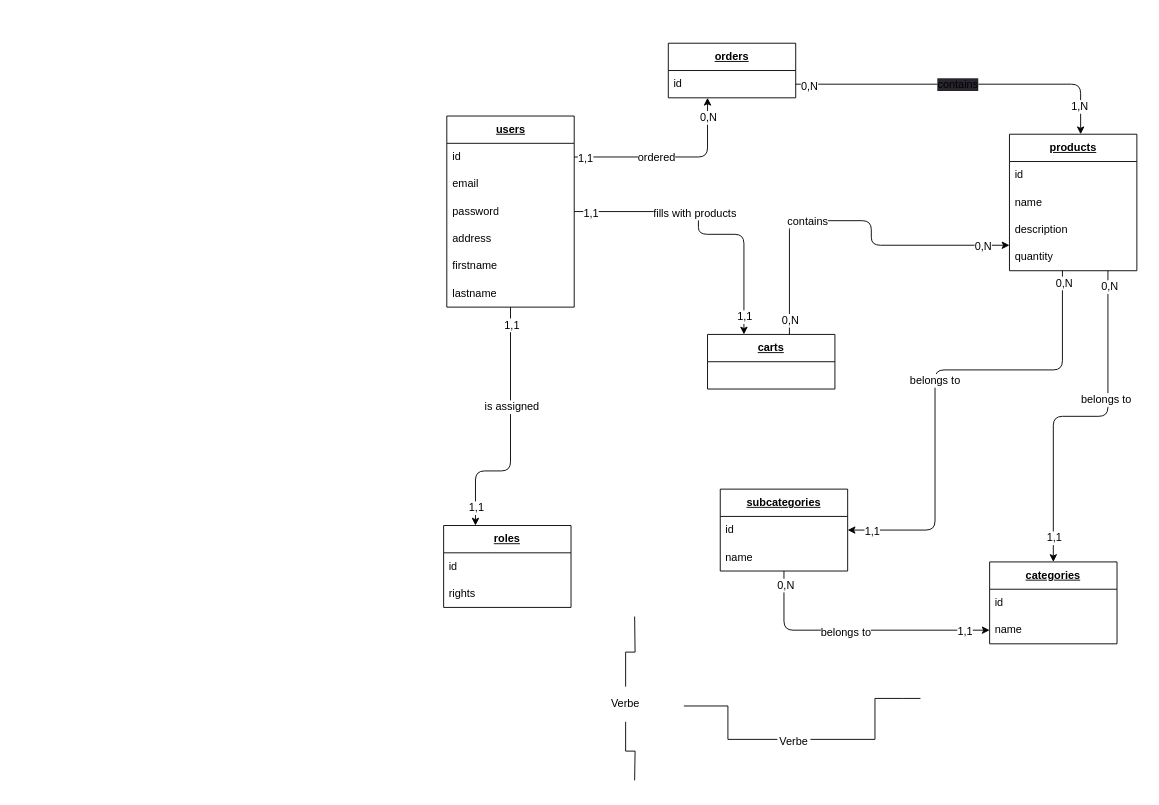
felix-hauger/boutique-en-ligne keeps this draw.io diagram as boutique-en-ligne.drawio. Above is the earlier version. Source tidied: cells renumbered, new cells numbered last; positions are measured from the earlier drawing's top-left corner, leaving out a move shared by most shapes. Both pictures are drawn from the tidied source at 91%, with x=0, y=0 at pixel (443, 43).
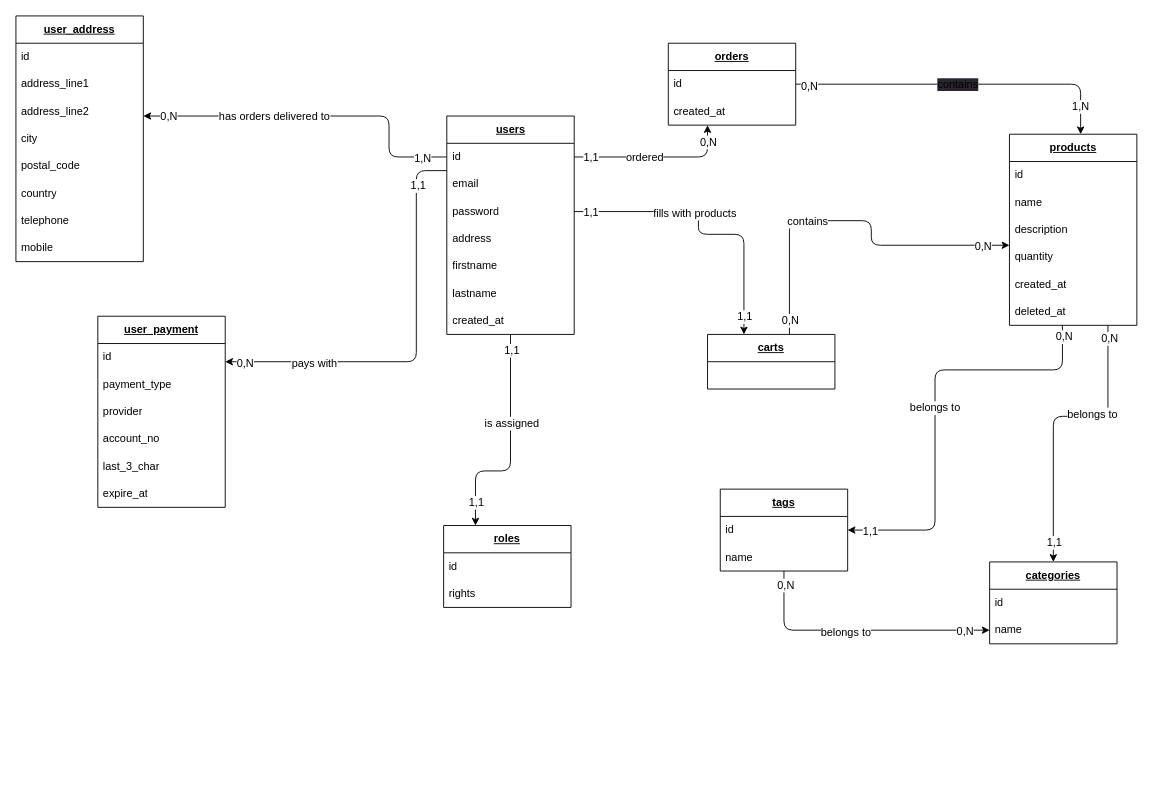
After the change.

Commit message:
added user_payment & user_address to mcd tables + added more fields on other tables

The change refers to these unchanged cells:
```xml
<mxCell id="2" style="edgeStyle=orthogonalEdgeStyle;rounded=1;html=1;strokeColor=default;fontSize=12;" parent="1" edge="1" source="10" target="23">
  <mxGeometry relative="1" as="geometry">
    <Array as="points">
      <mxPoint x="280" y="185" />
      <mxPoint x="280" y="210" />
      <mxPoint x="330" y="210" />
    </Array>
  </mxGeometry>
</mxCell>
<mxCell id="6" style="edgeStyle=orthogonalEdgeStyle;rounded=1;html=1;entryX=0.25;entryY=0;entryDx=0;entryDy=0;strokeColor=default;fontSize=12;" parent="1" edge="1" source="10" target="24">
  <mxGeometry relative="1" as="geometry">
    <Array as="points">
      <mxPoint x="74" y="470" />
      <mxPoint x="35" y="470" />
    </Array>
  </mxGeometry>
</mxCell>
<mxCell id="11" value="id" style="text;strokeColor=none;fillColor=none;align=left;verticalAlign=middle;spacingLeft=4;spacingRight=4;overflow=hidden;points=[[0,0.5],[1,0.5]];portConstraint=eastwest;whiteSpace=wrap;html=1;" parent="10" vertex="1">
  <mxGeometry y="30" width="140" height="30" as="geometry" />
</mxCell>
<mxCell id="34" style="group;" parent="33" vertex="1">
  <mxGeometry x="20.9" width="146.9" height="180" as="geometry" />
</mxCell>
<mxCell id="45" style="group;" parent="44" vertex="1">
  <mxGeometry width="140" height="120" as="geometry" />
</mxCell>
<mxCell id="55" style="edgeStyle=orthogonalEdgeStyle;rounded=1;html=1;strokeColor=default;entryX=0;entryY=0.5;entryDx=0;entryDy=0;" parent="1" edge="1" source="46" target="31">
  <mxGeometry relative="1" as="geometry" />
</mxCell>
<mxCell id="63" style="edgeStyle=orthogonalEdgeStyle;rounded=1;html=1;strokeColor=default;" parent="1" edge="1" source="18" target="35">
  <mxGeometry relative="1" as="geometry">
    <Array as="points">
      <mxPoint x="700" y="45" />
    </Array>
  </mxGeometry>
</mxCell>
<mxCell id="67" style="edgeStyle=orthogonalEdgeStyle;rounded=1;html=1;strokeColor=default;fontSize=12;" parent="1" edge="1" source="10" target="17">
  <mxGeometry relative="1" as="geometry">
    <Array as="points">
      <mxPoint x="84" y="125" />
      <mxPoint x="290" y="125" />
      <mxPoint x="290" y="100" />
    </Array>
  </mxGeometry>
</mxCell>
```

Diff of the diagram source:
```diff
@@
     <mxCell id="4" value="1,1" style="edgeLabel;html=1;align=center;verticalAlign=middle;fontSize=12;" parent="2" vertex="1">
-      <mxGeometry x="-0.89" y="-1" relative="1" as="geometry" />
+      <mxGeometry x="-0.89" y="-1" relative="1" as="geometry">
+        <mxPoint y="-1" as="offset" />
+      </mxGeometry>
     </mxCell>
@@
     <mxCell id="9" value="1,1" style="edgeLabel;html=1;align=center;verticalAlign=middle;fontSize=12;" parent="6" vertex="1">
-      <mxGeometry x="0.86" y="1" relative="1" as="geometry" />
+      <mxGeometry x="0.86" y="1" relative="1" as="geometry">
+        <mxPoint x="-1" y="-8" as="offset" />
+      </mxGeometry>
     </mxCell>
     <mxCell id="10" value="&lt;b&gt;&lt;u&gt;users&lt;/u&gt;&lt;/b&gt;" style="swimlane;fontStyle=0;horizontal=1;startSize=30;whiteSpace=wrap;html=1;" parent="1" vertex="1">
-      <mxGeometry x="3.5" y="80" width="140" height="210" as="geometry" />
+      <mxGeometry x="3.5" y="80" width="140" height="240" as="geometry" />
     </mxCell>
@@
+    <mxCell id="74" value="created_at" style="text;strokeColor=none;fillColor=none;align=left;verticalAlign=middle;spacingLeft=4;spacingRight=4;overflow=hidden;whiteSpace=wrap;html=1;" parent="10" vertex="1">
+      <mxGeometry y="210" width="140" height="30" as="geometry" />
+    </mxCell>
     <mxCell id="17" value="&lt;b&gt;&lt;u&gt;orders&lt;/u&gt;&lt;/b&gt;" style="swimlane;fontStyle=0;horizontal=1;startSize=30;whiteSpace=wrap;html=1;" parent="1" vertex="1">
-      <mxGeometry x="246.9" width="140" height="60" as="geometry" />
+      <mxGeometry x="246.9" width="140" height="90" as="geometry" />
     </mxCell>
@@
+    <mxCell id="75" value="created_at" style="text;strokeColor=none;fillColor=none;align=left;verticalAlign=middle;spacingLeft=4;spacingRight=4;overflow=hidden;whiteSpace=wrap;html=1;" parent="17" vertex="1">
+      <mxGeometry y="60" width="140" height="30" as="geometry" />
+    </mxCell>
@@
     <mxCell id="35" value="&lt;b&gt;&lt;u&gt;products&lt;/u&gt;&lt;/b&gt;" style="swimlane;fontStyle=0;horizontal=1;startSize=30;whiteSpace=wrap;html=1;" parent="34" vertex="1">
-      <mxGeometry width="140" height="150" as="geometry" />
+      <mxGeometry width="140" height="210" as="geometry" />
     </mxCell>
@@
-    <mxCell id="40" style="group;" parent="1" vertex="1">
-      <mxGeometry x="264" y="710" width="260" height="110" as="geometry" />
-    </mxCell>
-    <mxCell id="41" style="endArrow=none;html=1;rounded=0;edgeStyle=orthogonalEdgeStyle;" parent="40" edge="1" source="43">
-      <mxGeometry relative="1" as="geometry">
-        <mxPoint x="260" y="10" as="targetPoint" />
-        <Array as="points">
-          <mxPoint x="210" y="55" />
-          <mxPoint x="210" y="10" />
-          <mxPoint x="240" y="10" />
-        </Array>
-      </mxGeometry>
-    </mxCell>
-    <mxCell id="42" style="endArrow=none;html=1;rounded=0;edgeStyle=orthogonalEdgeStyle;" parent="40" edge="1" target="43">
-      <mxGeometry relative="1" as="geometry">
-        <mxPoint y="18.3" as="sourcePoint" />
-        <Array as="points">
-          <mxPoint x="48.4" y="18.3" />
-          <mxPoint x="48.4" y="55" />
-        </Array>
-      </mxGeometry>
-    </mxCell>
-    <mxCell id="43" value="Verbe" style="text;html=1;strokeColor=none;fillColor=none;align=center;verticalAlign=middle;whiteSpace=wrap;rounded=0;" parent="40" vertex="1">
-      <mxGeometry x="102.8" y="48.9" width="36.3" height="18.3" as="geometry" />
-    </mxCell>
+    <mxCell id="76" value="created_at" style="text;strokeColor=none;fillColor=none;align=left;verticalAlign=middle;spacingLeft=4;spacingRight=4;overflow=hidden;whiteSpace=wrap;html=1;" parent="35" vertex="1">
+      <mxGeometry y="150" width="140" height="30" as="geometry" />
+    </mxCell>
+    <mxCell id="77" value="deleted_at" style="text;strokeColor=none;fillColor=none;align=left;verticalAlign=middle;spacingLeft=4;spacingRight=4;overflow=hidden;whiteSpace=wrap;html=1;" parent="35" vertex="1">
+      <mxGeometry y="180" width="140" height="30" as="geometry" />
+    </mxCell>
@@
-    <mxCell id="46" value="&lt;b&gt;&lt;u&gt;subcategories&lt;br&gt;&lt;/u&gt;&lt;/b&gt;" style="swimlane;fontStyle=0;horizontal=1;startSize=30;whiteSpace=wrap;html=1;" parent="45" vertex="1">
+    <mxCell id="46" value="&lt;b&gt;&lt;u&gt;tags&lt;br&gt;&lt;/u&gt;&lt;/b&gt;" style="swimlane;fontStyle=0;horizontal=1;startSize=30;whiteSpace=wrap;html=1;" parent="45" vertex="1">
       <mxGeometry y="30" width="140" height="90" as="geometry" />
     </mxCell>
@@
-    <mxCell id="49" style="group;" parent="1" vertex="1">
-      <mxGeometry x="170" y="630" width="76.9" height="180" as="geometry" />
-    </mxCell>
-    <mxCell id="50" style="group;" parent="49" vertex="1">
-      <mxGeometry width="60" height="180" as="geometry" />
-    </mxCell>
-    <mxCell id="51" value="Verbe" style="text;html=1;strokeColor=none;fillColor=none;align=center;verticalAlign=middle;whiteSpace=wrap;rounded=0;" parent="50" vertex="1">
-      <mxGeometry y="77.1" width="60" height="38.6" as="geometry" />
-    </mxCell>
-    <mxCell id="52" style="group;" parent="50" vertex="1">
-      <mxGeometry x="39.9" height="180" as="geometry" />
-    </mxCell>
-    <mxCell id="53" style="endArrow=none;html=1;rounded=0;edgeStyle=orthogonalEdgeStyle;strokeColor=default;" parent="52" edge="1" source="51">
-      <mxGeometry relative="1" as="geometry">
-        <mxPoint as="targetPoint" />
-      </mxGeometry>
-    </mxCell>
-    <mxCell id="54" style="endArrow=none;html=1;rounded=0;edgeStyle=orthogonalEdgeStyle;" parent="52" edge="1" target="51">
-      <mxGeometry relative="1" as="geometry">
-        <mxPoint y="180" as="sourcePoint" />
-      </mxGeometry>
-    </mxCell>
@@
-    <mxCell id="58" value="1,1" style="edgeLabel;html=1;align=center;verticalAlign=middle;fontSize=12;" parent="55" vertex="1">
+    <mxCell id="58" value="0,N" style="edgeLabel;html=1;align=center;verticalAlign=middle;fontSize=12;" parent="55" vertex="1">
       <mxGeometry x="0.81" y="-1" relative="1" as="geometry" />
     </mxCell>
@@
     <mxCell id="65" value="1,N" style="edgeLabel;html=1;align=center;verticalAlign=middle;fontSize=12;" parent="63" vertex="1">
       <mxGeometry x="0.92" y="1" relative="1" as="geometry">
-        <mxPoint x="-3" y="-15" as="offset" />
+        <mxPoint x="-2" y="-15" as="offset" />
       </mxGeometry>
     </mxCell>
@@
     <mxCell id="69" value="1,1" style="edgeLabel;html=1;align=center;verticalAlign=middle;fontSize=12;" parent="67" vertex="1">
-      <mxGeometry x="-0.89" y="-1" relative="1" as="geometry" />
+      <mxGeometry x="-0.89" y="-1" relative="1" as="geometry">
+        <mxPoint x="8" y="-1" as="offset" />
+      </mxGeometry>
     </mxCell>
@@
+    <mxCell id="78" value="&lt;b&gt;&lt;u&gt;user_address&lt;/u&gt;&lt;/b&gt;" style="swimlane;fontStyle=0;horizontal=1;startSize=30;whiteSpace=wrap;html=1;" parent="1" vertex="1">
+      <mxGeometry x="-470" y="-30" width="140" height="270" as="geometry" />
+    </mxCell>
+    <mxCell id="79" value="id" style="text;strokeColor=none;fillColor=none;align=left;verticalAlign=middle;spacingLeft=4;spacingRight=4;overflow=hidden;whiteSpace=wrap;html=1;" parent="78" vertex="1">
+      <mxGeometry y="30" width="140" height="30" as="geometry" />
+    </mxCell>
+    <mxCell id="80" value="address_line1" style="text;strokeColor=none;fillColor=none;align=left;verticalAlign=middle;spacingLeft=4;spacingRight=4;overflow=hidden;whiteSpace=wrap;html=1;" parent="78" vertex="1">
+      <mxGeometry y="60" width="140" height="30" as="geometry" />
+    </mxCell>
+    <mxCell id="81" value="address_line2" style="text;strokeColor=none;fillColor=none;align=left;verticalAlign=middle;spacingLeft=4;spacingRight=4;overflow=hidden;whiteSpace=wrap;html=1;" parent="78" vertex="1">
+      <mxGeometry y="90" width="140" height="30" as="geometry" />
+    </mxCell>
+    <mxCell id="82" value="city" style="text;strokeColor=none;fillColor=none;align=left;verticalAlign=middle;spacingLeft=4;spacingRight=4;overflow=hidden;whiteSpace=wrap;html=1;" parent="78" vertex="1">
+      <mxGeometry y="120" width="140" height="30" as="geometry" />
+    </mxCell>
+    <mxCell id="83" value="postal_code" style="text;strokeColor=none;fillColor=none;align=left;verticalAlign=middle;spacingLeft=4;spacingRight=4;overflow=hidden;whiteSpace=wrap;html=1;" parent="78" vertex="1">
+      <mxGeometry y="150" width="140" height="30" as="geometry" />
+    </mxCell>
+    <mxCell id="84" value="country" style="text;strokeColor=none;fillColor=none;align=left;verticalAlign=middle;spacingLeft=4;spacingRight=4;overflow=hidden;whiteSpace=wrap;html=1;" parent="78" vertex="1">
+      <mxGeometry y="180" width="140" height="30" as="geometry" />
+    </mxCell>
+    <mxCell id="85" value="telephone" style="text;strokeColor=none;fillColor=none;align=left;verticalAlign=middle;spacingLeft=4;spacingRight=4;overflow=hidden;whiteSpace=wrap;html=1;" parent="78" vertex="1">
+      <mxGeometry y="210" width="140" height="30" as="geometry" />
+    </mxCell>
+    <mxCell id="86" value="mobile" style="text;strokeColor=none;fillColor=none;align=left;verticalAlign=middle;spacingLeft=4;spacingRight=4;overflow=hidden;whiteSpace=wrap;html=1;" parent="78" vertex="1">
+      <mxGeometry y="240" width="140" height="30" as="geometry" />
+    </mxCell>
+    <mxCell id="87" value="&lt;b&gt;&lt;u&gt;user_payment&lt;br&gt;&lt;/u&gt;&lt;/b&gt;" style="swimlane;fontStyle=0;horizontal=1;startSize=30;whiteSpace=wrap;html=1;" parent="1" vertex="1">
+      <mxGeometry x="-380" y="300" width="140" height="210" as="geometry" />
+    </mxCell>
+    <mxCell id="88" value="id" style="text;strokeColor=none;fillColor=none;align=left;verticalAlign=middle;spacingLeft=4;spacingRight=4;overflow=hidden;whiteSpace=wrap;html=1;" parent="87" vertex="1">
+      <mxGeometry y="30" width="140" height="30" as="geometry" />
+    </mxCell>
+    <mxCell id="89" value="payment_type" style="text;strokeColor=none;fillColor=none;align=left;verticalAlign=middle;spacingLeft=4;spacingRight=4;overflow=hidden;whiteSpace=wrap;html=1;" parent="87" vertex="1">
+      <mxGeometry y="60" width="140" height="30" as="geometry" />
+    </mxCell>
+    <mxCell id="90" value="provider" style="text;strokeColor=none;fillColor=none;align=left;verticalAlign=middle;spacingLeft=4;spacingRight=4;overflow=hidden;whiteSpace=wrap;html=1;" parent="87" vertex="1">
+      <mxGeometry y="90" width="140" height="30" as="geometry" />
+    </mxCell>
+    <mxCell id="91" value="account_no" style="text;strokeColor=none;fillColor=none;align=left;verticalAlign=middle;spacingLeft=4;spacingRight=4;overflow=hidden;whiteSpace=wrap;html=1;" parent="87" vertex="1">
+      <mxGeometry y="120" width="140" height="30" as="geometry" />
+    </mxCell>
+    <mxCell id="92" value="last_3_char" style="text;strokeColor=none;fillColor=none;align=left;verticalAlign=middle;spacingLeft=4;spacingRight=4;overflow=hidden;whiteSpace=wrap;html=1;" parent="87" vertex="1">
+      <mxGeometry y="150" width="140" height="30" as="geometry" />
+    </mxCell>
+    <mxCell id="93" value="expire_at" style="text;strokeColor=none;fillColor=none;align=left;verticalAlign=middle;spacingLeft=4;spacingRight=4;overflow=hidden;whiteSpace=wrap;html=1;" parent="87" vertex="1">
+      <mxGeometry y="180" width="140" height="30" as="geometry" />
+    </mxCell>
+    <mxCell id="94" style="edgeStyle=orthogonalEdgeStyle;html=1;" parent="1" edge="1" source="11" target="78">
+      <mxGeometry relative="1" as="geometry">
+        <Array as="points">
+          <mxPoint x="-60" y="125" />
+          <mxPoint x="-60" y="80" />
+        </Array>
+      </mxGeometry>
+    </mxCell>
+    <mxCell id="95" value="&lt;font style=&quot;font-size: 12px;&quot;&gt;has orders delivered to&lt;/font&gt;" style="edgeLabel;html=1;align=center;verticalAlign=middle;" parent="94" vertex="1">
+      <mxGeometry x="0.45" y="2" relative="1" as="geometry">
+        <mxPoint x="39" y="-2" as="offset" />
+      </mxGeometry>
+    </mxCell>
+    <mxCell id="96" value="0,N" style="edgeLabel;html=1;align=center;verticalAlign=middle;fontSize=12;" parent="94" vertex="1">
+      <mxGeometry x="0.91" y="2" relative="1" as="geometry">
+        <mxPoint x="10" y="-2" as="offset" />
+      </mxGeometry>
+    </mxCell>
+    <mxCell id="97" value="1,N" style="edgeLabel;html=1;align=center;verticalAlign=middle;fontSize=12;" parent="94" vertex="1">
+      <mxGeometry x="-0.92" y="2" relative="1" as="geometry">
+        <mxPoint x="-12" y="-1" as="offset" />
+      </mxGeometry>
+    </mxCell>
+    <mxCell id="98" style="edgeStyle=orthogonalEdgeStyle;html=1;fontSize=12;" parent="1" edge="1" source="11" target="87">
+      <mxGeometry relative="1" as="geometry">
+        <Array as="points">
+          <mxPoint x="-30" y="140" />
+          <mxPoint x="-30" y="350" />
+        </Array>
+      </mxGeometry>
+    </mxCell>
+    <mxCell id="99" value="pays with" style="edgeLabel;html=1;align=center;verticalAlign=middle;fontSize=12;" parent="98" vertex="1">
+      <mxGeometry x="0.57" y="3" relative="1" as="geometry">
+        <mxPoint y="-2" as="offset" />
+      </mxGeometry>
+    </mxCell>
+    <mxCell id="100" value="0,N" style="edgeLabel;html=1;align=center;verticalAlign=middle;fontSize=12;" parent="98" vertex="1">
+      <mxGeometry x="0.93" y="1" relative="1" as="geometry">
+        <mxPoint x="6" as="offset" />
+      </mxGeometry>
+    </mxCell>
+    <mxCell id="101" value="1,1" style="edgeLabel;html=1;align=center;verticalAlign=middle;fontSize=12;" parent="98" vertex="1">
+      <mxGeometry x="-0.78" y="1" relative="1" as="geometry" />
+    </mxCell>
```
